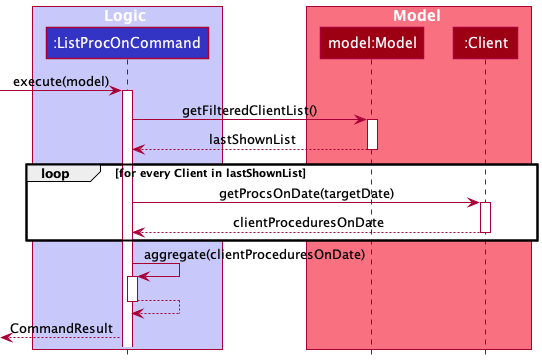
This is docs/images/ListProcOnCommandSequenceDiagram.png from robinrojh/tp, a PlantUML export, as it was before one commit.
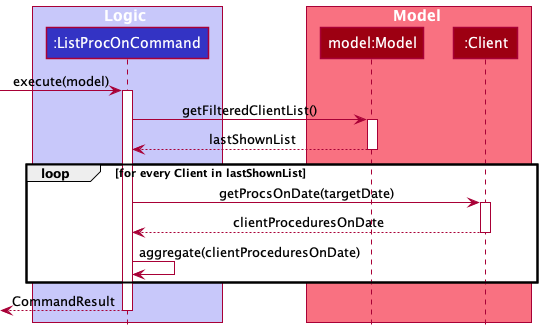
After the change.

The edit, as a diff of the source:
```diff
@@ -21,10 +21,8 @@
         activate Client
         ListProcOnCommand <-- Client : clientProceduresOnDate
         deactivate Client
+        ListProcOnCommand -> ListProcOnCommand : aggregate(clientProceduresOnDate)
     end
-ListProcOnCommand -> ListProcOnCommand : aggregate(clientProceduresOnDate)
-activate ListProcOnCommand
-return
 <-- ListProcOnCommand : CommandResult
-
+deactivate ListProcOnCommand
 @enduml
```
